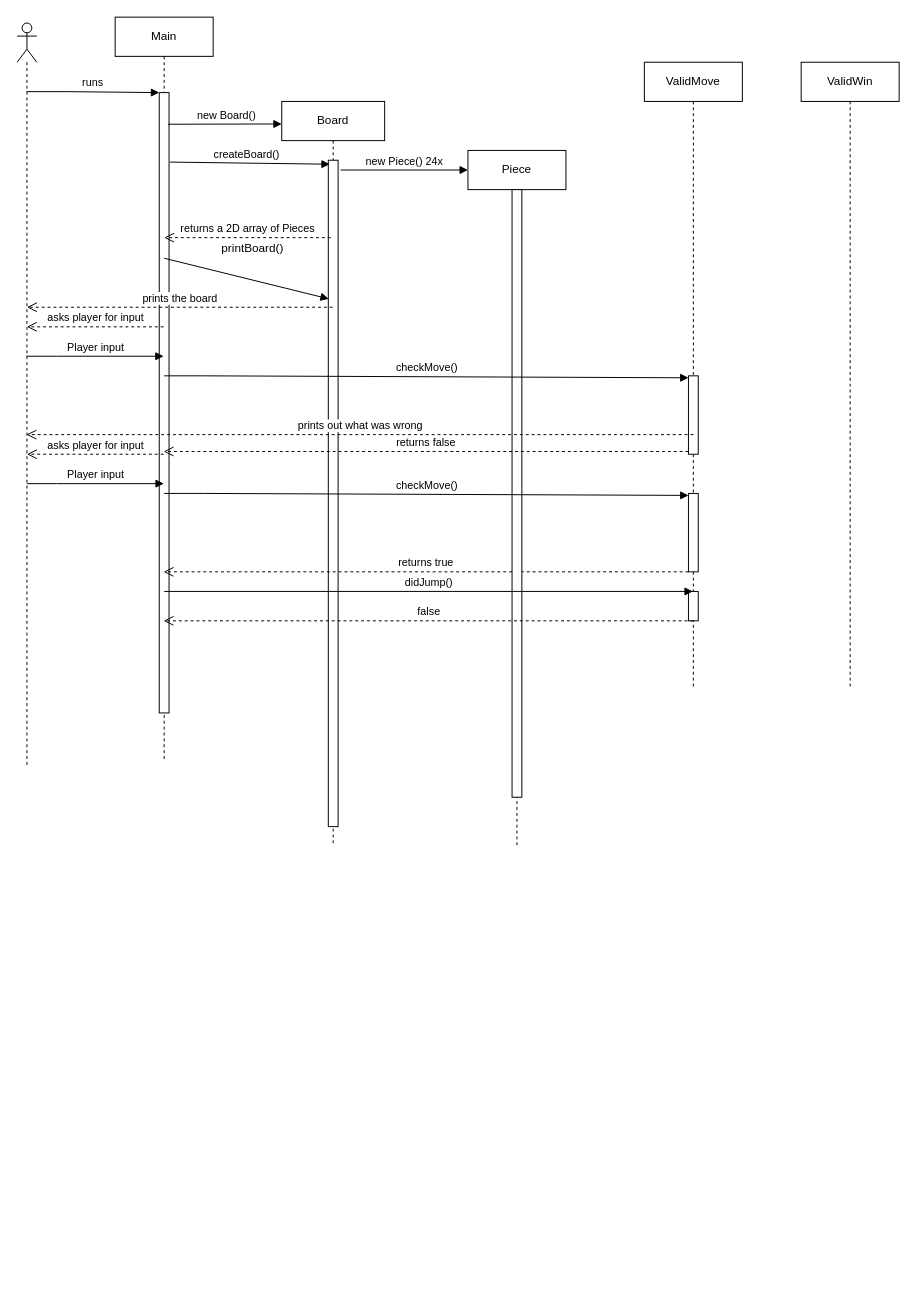
This is AS1EX2-5.drawio from SirOH/Test, a draw.io file, before an edit. Source tidied: cells renumbered, new cells numbered last; positions are measured from the earlier drawing's top-left corner, leaving out a move shared by most shapes. Both pictures are drawn from the tidied source at 98%, with x=0, y=0 at pixel (17, 17).
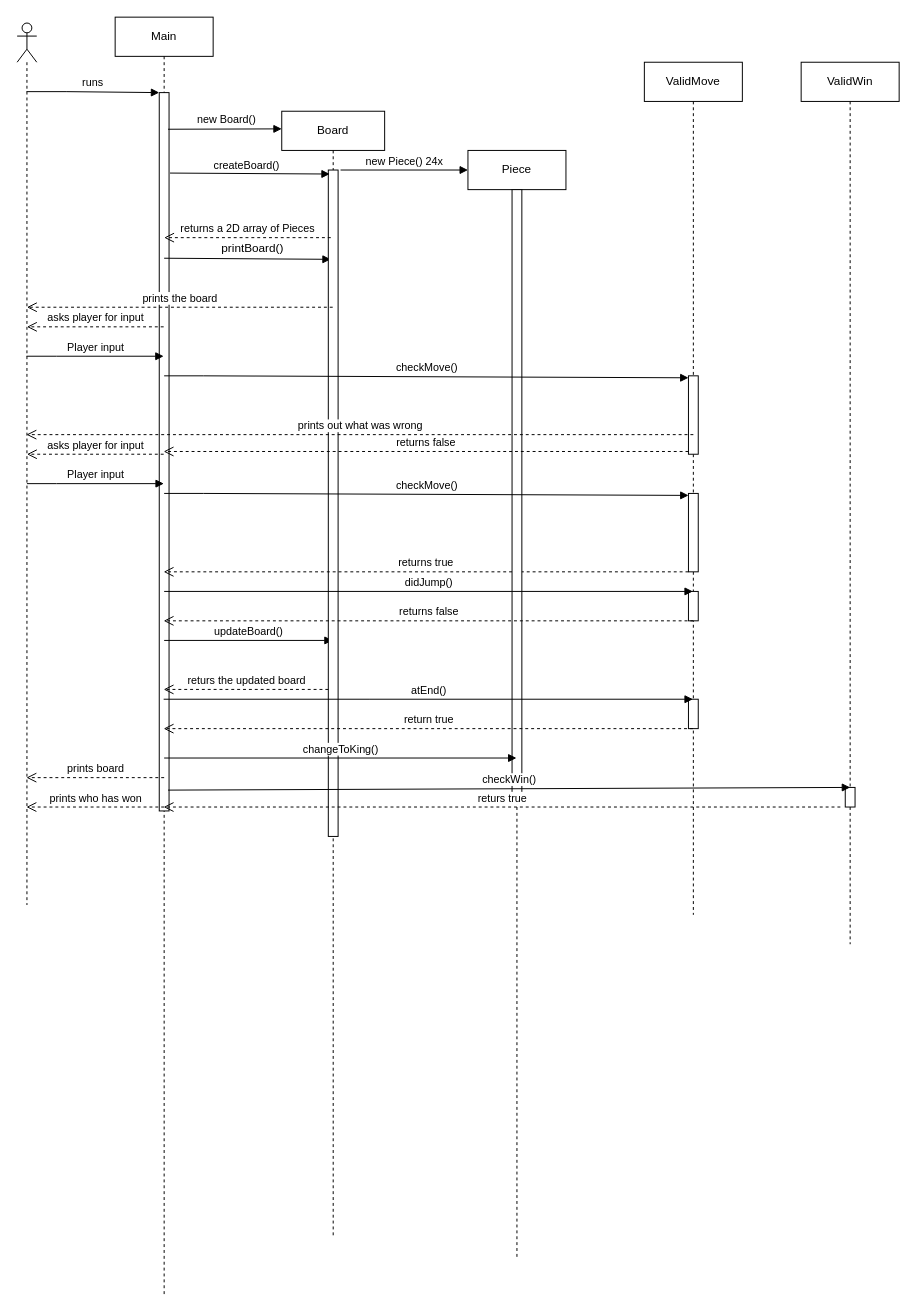
Above is the later version.

Unchanged cells that the change refers to:
```xml
<mxCell id="6" style="html=1;points=[];perimeter=orthogonalPerimeter;" parent="5" vertex="1">
  <mxGeometry x="47.5" y="60" width="10" height="680" as="geometry" />
</mxCell>
```

What changed in the source:
```diff
@@
     <mxCell id="2" value="Main" style="shape=umlLifeline;perimeter=lifelinePerimeter;whiteSpace=wrap;html=1;outlineConnect=0;" parent="1" vertex="1">
-      <mxGeometry x="100" width="100" height="760" as="geometry" />
+      <mxGeometry x="100" width="100" height="1306" as="geometry" />
     </mxCell>
     <mxCell id="3" style="html=1;points=[];perimeter=orthogonalPerimeter;" parent="2" vertex="1">
-      <mxGeometry x="45" y="77" width="10" height="633" as="geometry" />
+      <mxGeometry x="45" y="77" width="10" height="733" as="geometry" />
     </mxCell>
-    <mxCell id="4" style="html=1;verticalAlign=bottom;endArrow=block;rounded=0;entryX=0.05;entryY=0.208;entryDx=0;entryDy=0;entryPerimeter=0;" parent="2" edge="1" target="6">
+    <mxCell id="4" style="html=1;verticalAlign=bottom;endArrow=block;rounded=0;entryX=0.25;entryY=0.134;entryDx=0;entryDy=0;entryPerimeter=0;" parent="2" edge="1" target="6">
       <mxGeometry relative="1" as="geometry">
         <mxPoint x="50" y="246" as="sourcePoint" />
       </mxGeometry>
     </mxCell>
+    <mxCell id="33" value="updateBoard()" style="html=1;verticalAlign=bottom;endArrow=block;rounded=0;" parent="2" edge="1" target="5">
+      <mxGeometry relative="1" as="geometry">
+        <mxPoint x="50" y="636" as="sourcePoint" />
+      </mxGeometry>
+    </mxCell>
+    <mxCell id="34" value="prints board" style="html=1;verticalAlign=bottom;endArrow=open;dashed=1;endSize=8;rounded=0;" parent="2" edge="1" target="16">
+      <mxGeometry relative="1" as="geometry">
+        <mxPoint x="50" y="776" as="sourcePoint" />
+      </mxGeometry>
+    </mxCell>
     <mxCell id="5" value="Board" style="shape=umlLifeline;perimeter=lifelinePerimeter;whiteSpace=wrap;html=1;outlineConnect=0;size=40;" parent="1" vertex="1">
-      <mxGeometry x="270" y="86" width="105" height="760" as="geometry" />
+      <mxGeometry x="270" y="96" width="105" height="1150" as="geometry" />
     </mxCell>
@@
+    <mxCell id="35" value="returs the updated board" style="html=1;verticalAlign=bottom;endArrow=open;dashed=1;endSize=8;rounded=0;" parent="5" edge="1" target="2">
+      <mxGeometry relative="1" as="geometry">
+        <mxPoint x="47.5" y="590" as="sourcePoint" />
+      </mxGeometry>
+    </mxCell>
     <mxCell id="7" value="Piece" style="shape=umlLifeline;perimeter=lifelinePerimeter;whiteSpace=wrap;html=1;outlineConnect=0;" parent="1" vertex="1">
-      <mxGeometry x="460" y="136" width="100" height="710" as="geometry" />
+      <mxGeometry x="460" y="136" width="100" height="1130" as="geometry" />
     </mxCell>
@@
     <mxCell id="10" value="ValidMove" style="shape=umlLifeline;perimeter=lifelinePerimeter;whiteSpace=wrap;html=1;outlineConnect=0;" parent="1" vertex="1">
-      <mxGeometry x="640" y="46" width="100" height="640" as="geometry" />
+      <mxGeometry x="640" y="46" width="100" height="870" as="geometry" />
     </mxCell>
@@
+    <mxCell id="36" style="html=1;perimeter=orthogonalPerimeter;" parent="10" vertex="1">
+      <mxGeometry x="45" y="650" width="10" height="30" as="geometry" />
+    </mxCell>
     <mxCell id="15" value="ValidWin" style="shape=umlLifeline;perimeter=lifelinePerimeter;whiteSpace=wrap;html=1;" parent="1" vertex="1">
-      <mxGeometry x="800" y="46" width="100" height="640" as="geometry" />
+      <mxGeometry x="800" y="46" width="100" height="900" as="geometry" />
     </mxCell>
+    <mxCell id="37" style="html=1;perimeter=orthogonalPerimeter;" parent="15" vertex="1">
+      <mxGeometry x="45" y="740" width="10" height="20" as="geometry" />
+    </mxCell>
     <mxCell id="16" style="shape=umlLifeline;participant=umlActor;perimeter=lifelinePerimeter;whiteSpace=wrap;html=1;verticalAlign=top;spacingTop=36;outlineConnect=0;" parent="1" vertex="1">
-      <mxGeometry y="6" width="20" height="760" as="geometry" />
+      <mxGeometry y="6" width="20" height="900" as="geometry" />
     </mxCell>
@@
     <mxCell id="18" value="&amp;nbsp;new Board()" style="html=1;verticalAlign=bottom;startArrow=none;startFill=1;endArrow=block;startSize=8;rounded=0;exitX=0.9;exitY=0.051;exitDx=0;exitDy=0;exitPerimeter=0;" parent="1" edge="1" source="3">
       <mxGeometry relative="1" as="geometry">
-        <mxPoint x="270" y="109" as="targetPoint" />
+        <mxPoint x="270" y="114" as="targetPoint" />
       </mxGeometry>
     </mxCell>
@@
-    <mxCell id="32" value="false" style="html=1;verticalAlign=bottom;endArrow=open;dashed=1;endSize=8;rounded=0;" parent="1" edge="1" target="2">
+    <mxCell id="32" value="returns false" style="html=1;verticalAlign=bottom;endArrow=open;dashed=1;endSize=8;rounded=0;" parent="1" edge="1" target="2">
       <mxGeometry relative="1" as="geometry">
         <mxPoint x="690" y="616" as="sourcePoint" />
       </mxGeometry>
     </mxCell>
+    <mxCell id="38" value="atEnd()" style="html=1;verticalAlign=bottom;endArrow=block;rounded=0;" parent="1" edge="1" source="2" target="10">
+      <mxGeometry relative="1" as="geometry">
+        <Array as="points">
+          <mxPoint x="360" y="696" />
+        </Array>
+      </mxGeometry>
+    </mxCell>
+    <mxCell id="39" value="return true" style="html=1;verticalAlign=bottom;endArrow=open;dashed=1;endSize=8;rounded=0;" parent="1" edge="1" source="10" target="2">
+      <mxGeometry relative="1" as="geometry">
+        <Array as="points">
+          <mxPoint x="440" y="726" />
+        </Array>
+      </mxGeometry>
+    </mxCell>
+    <mxCell id="40" value="changeToKing()" style="html=1;verticalAlign=bottom;endArrow=block;rounded=0;" parent="1" edge="1" target="7">
+      <mxGeometry relative="1" as="geometry">
+        <mxPoint x="150" y="756" as="sourcePoint" />
+      </mxGeometry>
+    </mxCell>
+    <mxCell id="41" value="checkWin()" style="html=1;verticalAlign=bottom;endArrow=block;rounded=0;exitX=0.9;exitY=0.971;exitDx=0;exitDy=0;exitPerimeter=0;" parent="1" edge="1" source="3">
+      <mxGeometry relative="1" as="geometry">
+        <mxPoint x="850" y="786" as="targetPoint" />
+      </mxGeometry>
+    </mxCell>
+    <mxCell id="42" value="returs true" style="html=1;verticalAlign=bottom;endArrow=open;dashed=1;endSize=8;rounded=0;" parent="1" edge="1" target="2">
+      <mxGeometry relative="1" as="geometry">
+        <mxPoint x="840" y="806" as="sourcePoint" />
+      </mxGeometry>
+    </mxCell>
+    <mxCell id="43" value="prints who has won" style="html=1;verticalAlign=bottom;endArrow=open;dashed=1;endSize=8;rounded=0;" parent="1" edge="1" target="16">
+      <mxGeometry relative="1" as="geometry">
+        <mxPoint x="150" y="806" as="sourcePoint" />
+      </mxGeometry>
+    </mxCell>
```
